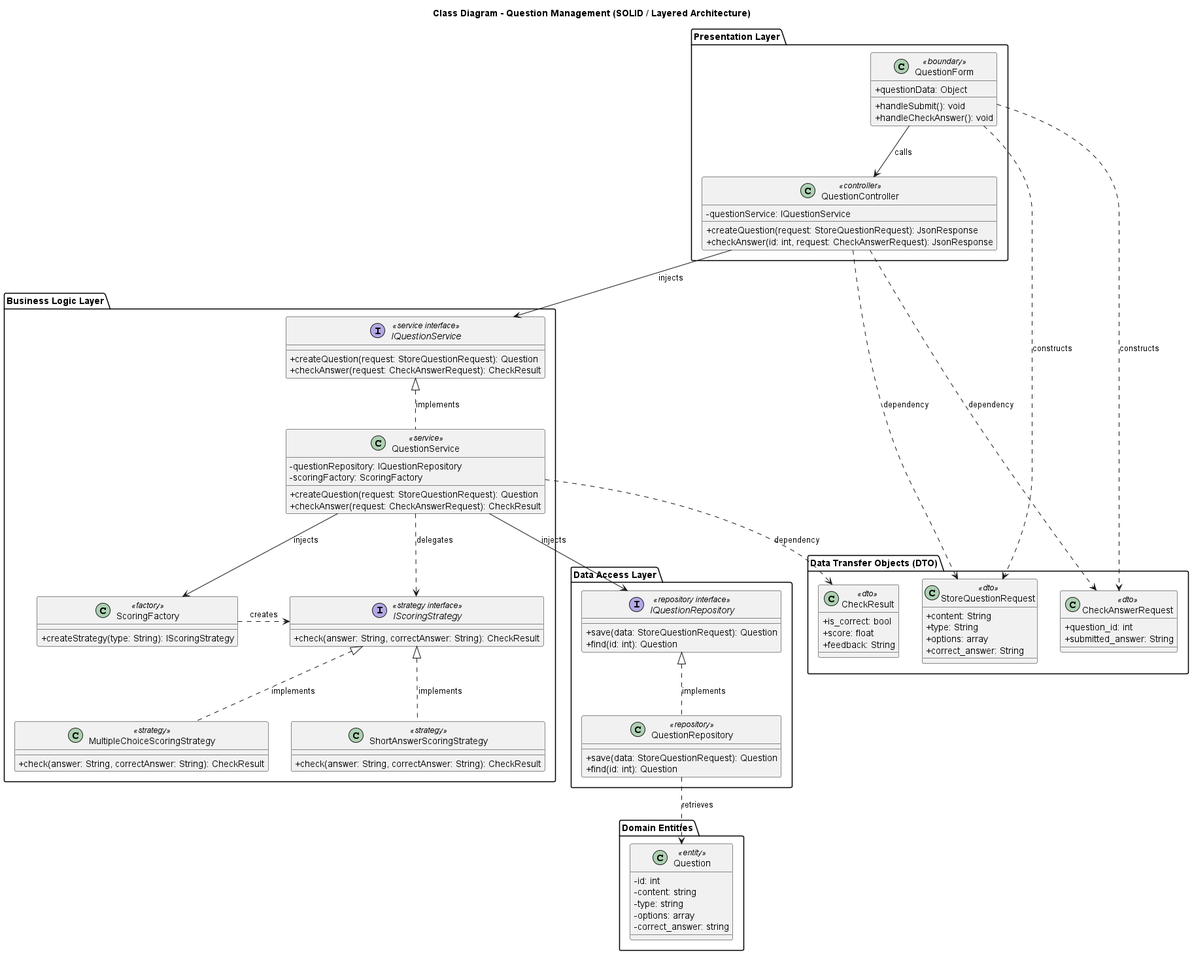
Above: out/resources/uml không màu/question_crud/question_management_class_diagram.png in Faythpromax/E-Learning (PlantUML), before the change.
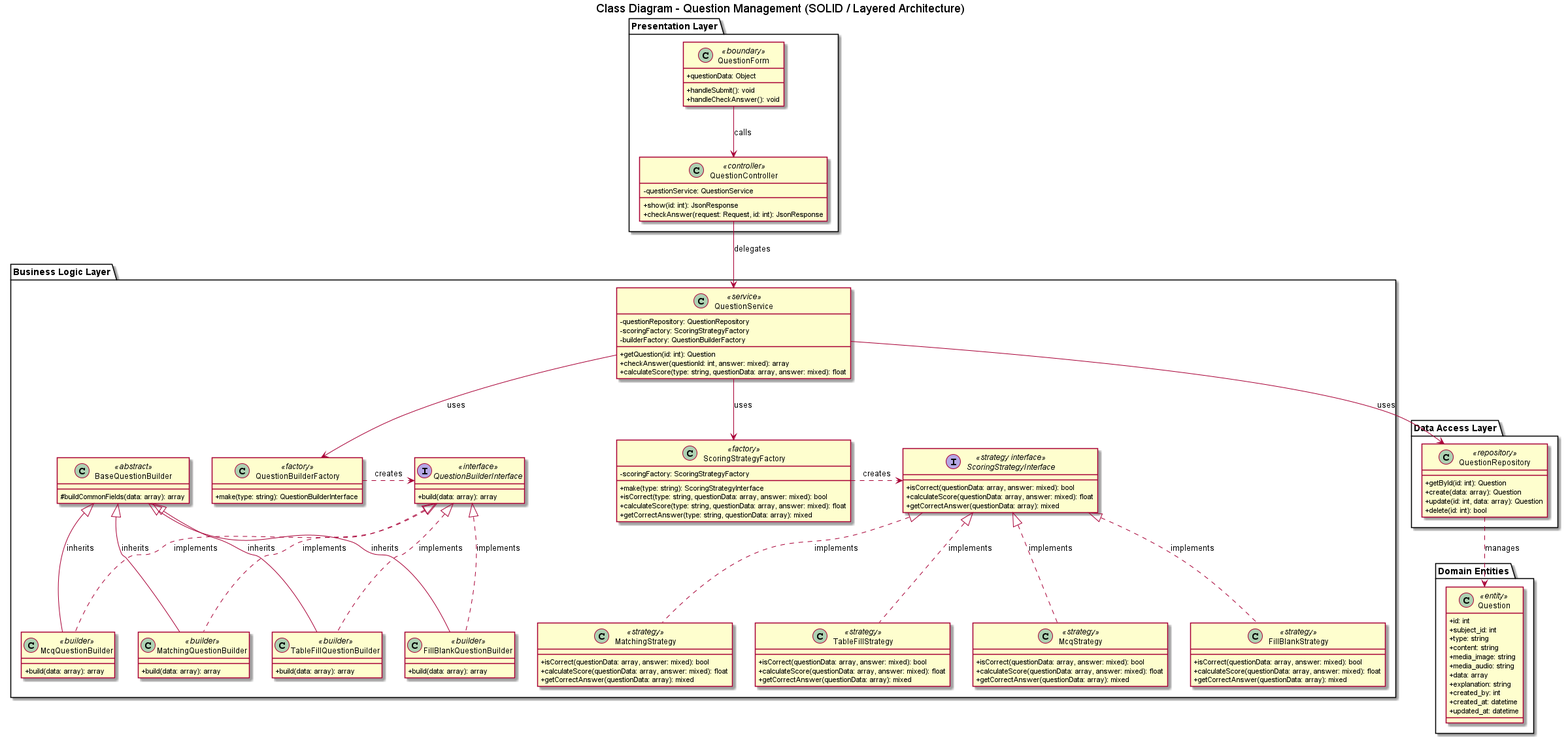
Later version of the same file.

Diff of the diagram source:
```diff
@@ -12,104 +12,140 @@
     }
 
     class QuestionController <<controller>> {
-        -questionService: IQuestionService
-        +createQuestion(request: StoreQuestionRequest): JsonResponse
-        +checkAnswer(id: int, request: CheckAnswerRequest): JsonResponse
+        -questionService: QuestionService
+        +show(id: int): JsonResponse
+        +checkAnswer(request: Request, id: int): JsonResponse
     }
 }
 
 package "Business Logic Layer" {
-    interface IQuestionService <<service interface>> {
-        +createQuestion(request: StoreQuestionRequest): Question
-        +checkAnswer(request: CheckAnswerRequest): CheckResult
+    class QuestionService <<service>> {
+        -questionRepository: QuestionRepository
+        -scoringFactory: ScoringStrategyFactory
+        -builderFactory: QuestionBuilderFactory
+        +getQuestion(id: int): Question
+        +checkAnswer(questionId: int, answer: mixed): array
+        +calculateScore(type: string, questionData: array, answer: mixed): float
     }
 
-    class QuestionService <<service>> {
-        -questionRepository: IQuestionRepository
-        -scoringFactory: ScoringFactory
-        +createQuestion(request: StoreQuestionRequest): Question
-        +checkAnswer(request: CheckAnswerRequest): CheckResult
+    interface QuestionBuilderInterface <<interface>> {
+        +build(data: array): array
     }
 
-    class ScoringFactory <<factory>> {
-        +createStrategy(type: String): IScoringStrategy
+    class QuestionBuilderFactory <<factory>> {
+        +make(type: string): QuestionBuilderInterface
     }
 
-    interface IScoringStrategy <<strategy interface>> {
-        +check(answer: String, correctAnswer: String): CheckResult
+    class BaseQuestionBuilder <<abstract>> {
+        #buildCommonFields(data: array): array
     }
 
-    class MultipleChoiceScoringStrategy <<strategy>> {
-        +check(answer: String, correctAnswer: String): CheckResult
+    class McqQuestionBuilder <<builder>> {
+        +build(data: array): array
     }
 
-    class ShortAnswerScoringStrategy <<strategy>> {
-        +check(answer: String, correctAnswer: String): CheckResult
+    class FillBlankQuestionBuilder <<builder>> {
+        +build(data: array): array
+    }
+
+    class MatchingQuestionBuilder <<builder>> {
+        +build(data: array): array
+    }
+
+    class TableFillQuestionBuilder <<builder>> {
+        +build(data: array): array
+    }
+
+    class ScoringStrategyFactory <<factory>> {
+        -scoringFactory: ScoringStrategyFactory
+        +make(type: string): ScoringStrategyInterface
+        +isCorrect(type: string, questionData: array, answer: mixed): bool
+        +calculateScore(type: string, questionData: array, answer: mixed): float
+        +getCorrectAnswer(type: string, questionData: array): mixed
+    }
+
+    interface ScoringStrategyInterface <<strategy interface>> {
+        +isCorrect(questionData: array, answer: mixed): bool
+        +calculateScore(questionData: array, answer: mixed): float
+        +getCorrectAnswer(questionData: array): mixed
+    }
+
+    class McqStrategy <<strategy>> {
+        +isCorrect(questionData: array, answer: mixed): bool
+        +calculateScore(questionData: array, answer: mixed): float
+        +getCorrectAnswer(questionData: array): mixed
+    }
+
+    class FillBlankStrategy <<strategy>> {
+        +isCorrect(questionData: array, answer: mixed): bool
+        +calculateScore(questionData: array, answer: mixed): float
+        +getCorrectAnswer(questionData: array): mixed
+    }
+
+    class MatchingStrategy <<strategy>> {
+        +isCorrect(questionData: array, answer: mixed): bool
+        +calculateScore(questionData: array, answer: mixed): float
+        +getCorrectAnswer(questionData: array): mixed
+    }
+
+    class TableFillStrategy <<strategy>> {
+        +isCorrect(questionData: array, answer: mixed): bool
+        +calculateScore(questionData: array, answer: mixed): float
+        +getCorrectAnswer(questionData: array): mixed
     }
 }
 
 package "Data Access Layer" {
-    interface IQuestionRepository <<repository interface>> {
-        +save(data: StoreQuestionRequest): Question
-        +find(id: int): Question
-    }
-
     class QuestionRepository <<repository>> {
-        +save(data: StoreQuestionRequest): Question
-        +find(id: int): Question
-    }
-}
-
-package "Data Transfer Objects (DTO)" {
-    class StoreQuestionRequest <<dto>> {
-        +content: String
-        +type: String
-        +options: array
-        +correct_answer: String
-    }
-
-    class CheckAnswerRequest <<dto>> {
-        +question_id: int
-        +submitted_answer: String
-    }
-
-    class CheckResult <<dto>> {
-        +is_correct: bool
-        +score: float
-        +feedback: String
+        +getById(id: int): Question
+        +create(data: array): Question
+        +update(id: int, data: array): Question
+        +delete(id: int): bool
     }
 }
 
 package "Domain Entities" {
     class Question <<entity>> {
-        -id: int
-        -content: string
-        -type: string
-        -options: array
-        -correct_answer: string
+        +id: int
+        +subject_id: int
+        +type: string
+        +content: string
+        +media_image: string
+        +media_audio: string
+        +data: array
+        +explanation: string
+        +created_by: int
+        +created_at: datetime
+        +updated_at: datetime
     }
 }
 
 
-QuestionForm ..> StoreQuestionRequest : constructs
-QuestionForm ..> CheckAnswerRequest : constructs
 QuestionForm --> QuestionController : calls
 
-QuestionController --> IQuestionService : injects
-QuestionController ..> StoreQuestionRequest : dependency
-QuestionController ..> CheckAnswerRequest : dependency
+QuestionController --> QuestionService : delegates
 
-QuestionService .up.|> IQuestionService : implements
-QuestionService --> IQuestionRepository : injects
-QuestionService --> ScoringFactory : injects
-QuestionService ..> CheckResult : dependency
-QuestionService ..> IScoringStrategy : delegates
+QuestionService --> QuestionRepository : uses
+QuestionService --> QuestionBuilderFactory : uses
+QuestionService --> ScoringStrategyFactory : uses
 
-ScoringFactory .right.> IScoringStrategy : creates
-MultipleChoiceScoringStrategy -up.|> IScoringStrategy : implements
-ShortAnswerScoringStrategy -up.|> IScoringStrategy : implements
+QuestionBuilderFactory .right.> QuestionBuilderInterface : creates
+McqQuestionBuilder .up.|> QuestionBuilderInterface : implements
+FillBlankQuestionBuilder .up.|> QuestionBuilderInterface : implements
+MatchingQuestionBuilder .up.|> QuestionBuilderInterface : implements
+TableFillQuestionBuilder .up.|> QuestionBuilderInterface : implements
 
-QuestionRepository .up.|> IQuestionRepository : implements
-QuestionRepository ..> Question : retrieves
+BaseQuestionBuilder <|-- McqQuestionBuilder : inherits
+BaseQuestionBuilder <|-- FillBlankQuestionBuilder : inherits
+BaseQuestionBuilder <|-- MatchingQuestionBuilder : inherits
+BaseQuestionBuilder <|-- TableFillQuestionBuilder : inherits
+
+ScoringStrategyFactory .right.> ScoringStrategyInterface : creates
+McqStrategy .up.|> ScoringStrategyInterface : implements
+FillBlankStrategy .up.|> ScoringStrategyInterface : implements
+MatchingStrategy .up.|> ScoringStrategyInterface : implements
+TableFillStrategy .up.|> ScoringStrategyInterface : implements
+
+QuestionRepository ..> Question : manages
 
 @enduml
```
